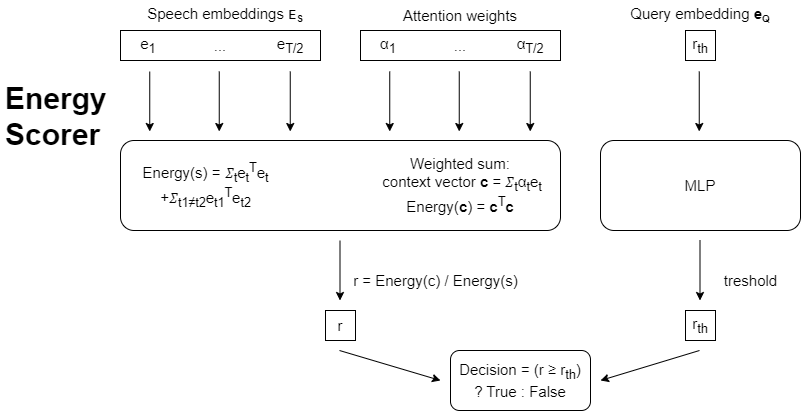
This is E2E_KS_Attention_Energy_Scorer/Energy.png from BenonZero/projektGrupowy, a draw.io export, as it was before one commit. Source tidied: cells renumbered, new cells last; positions are measured from the earlier drawing's top-left corner, leaving out a move shared by most shapes.
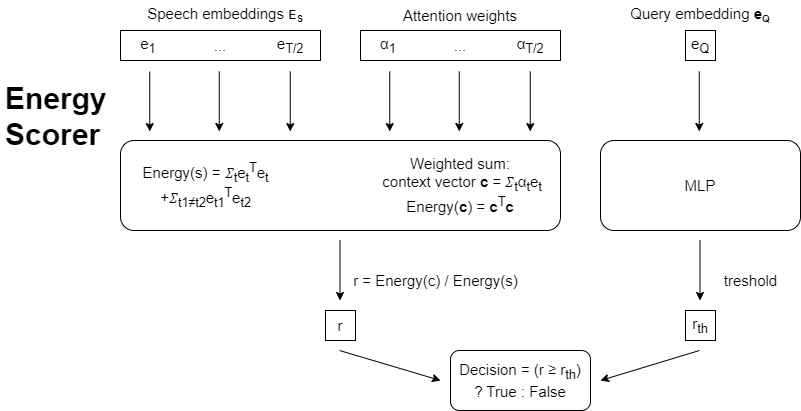
The same diagram one commit later.

Commit message:
schemat metody drugiej do plakatu

What changed in the source:
```diff
@@ -131,8 +131,8 @@
     <mxCell id="33" value="treshold" style="text;html=1;align=center;verticalAlign=middle;strokeColor=none;fillColor=none;fontSize=15;" parent="1" vertex="1">
       <mxGeometry x="710" y="265" width="80" height="30" as="geometry" />
     </mxCell>
-    <mxCell id="34" value="r&lt;sub&gt;th&lt;/sub&gt;" style="rounded=0;whiteSpace=wrap;html=1;fontSize=15;" parent="1" vertex="1">
-      <mxGeometry x="685" y="30" width="30" height="30" as="geometry" />
-    </mxCell>
+    <mxCell id="35" value="e&lt;sub&gt;Q&lt;/sub&gt;" style="rounded=0;whiteSpace=wrap;html=1;fontSize=15;" parent="1" vertex="1">
+      <mxGeometry x="685" y="30" width="30" height="30" as="geometry" />
+    </mxCell>
   </root>
 </mxGraphModel>
```
